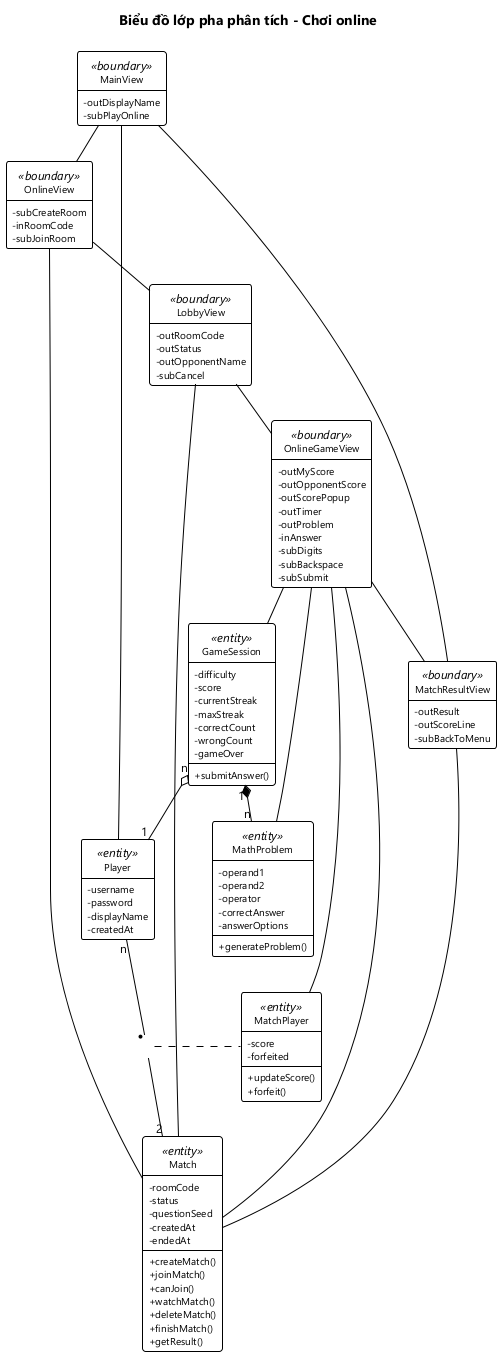
Above: docs/hung/lop-phan-tich-uc03.png in HungNguyenBa1811/math-dash (PlantUML), before the change.
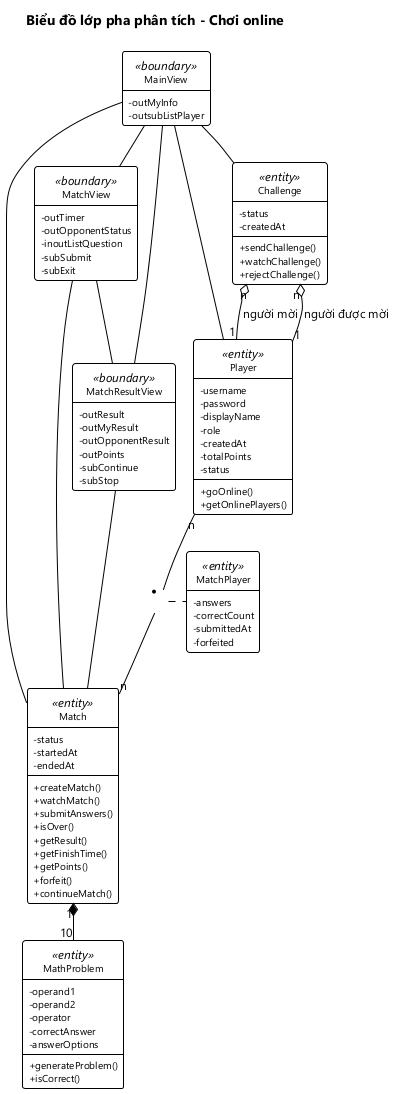
Later version of the same file.

Diff of the diagram source:
```diff
@@ -1,74 +1,64 @@
-@startuml lop-phan-tich-uc05
+@startuml lop-phan-tich-uc03
 !include _theme.iuml
 title Biểu đồ lớp pha phân tích - Chơi online
 
 class MainView <<boundary>> {
-  - outDisplayName
-  - subPlayOnline
+  - outMyInfo
+  - outsubListPlayer
 }
-class OnlineView <<boundary>> {
-  - subCreateRoom
-  - inRoomCode
-  - subJoinRoom
-}
-class LobbyView <<boundary>> {
-  - outRoomCode
-  - outStatus
-  - outOpponentName
-  - subCancel
-}
-class OnlineGameView <<boundary>> {
-  - outMyScore
-  - outOpponentScore
-  - outScorePopup
+class MatchView <<boundary>> {
   - outTimer
-  - outProblem
-  - inAnswer
-  - subDigits
-  - subBackspace
+  - outOpponentStatus
+  - inoutListQuestion
   - subSubmit
+  - subExit
 }
 class MatchResultView <<boundary>> {
   - outResult
-  - outScoreLine
-  - subBackToMenu
+  - outMyResult
+  - outOpponentResult
+  - outPoints
+  - subContinue
+  - subStop
 }
 
 class Player <<entity>> {
   - username
   - password
   - displayName
+  - role
   - createdAt
+  - totalPoints
+  - status
+  + goOnline()
+  + getOnlinePlayers()
+}
+class Challenge <<entity>> {
+  - status
+  - createdAt
+  + sendChallenge()
+  + watchChallenge()
+  + rejectChallenge()
 }
 class Match <<entity>> {
-  - roomCode
   - status
-  - questionSeed
-  - createdAt
+  - startedAt
   - endedAt
   + createMatch()
-  + joinMatch()
-  + canJoin()
   + watchMatch()
-  + deleteMatch()
-  + finishMatch()
+  + submitAnswers()
+  + isOver()
   + getResult()
+  + getFinishTime()
+  + getPoints()
+  + forfeit()
+  + continueMatch()
 }
 class MatchPlayer <<entity>> {
-  - score
+  - answers
+  - correctCount
+  - submittedAt
   - forfeited
-  + updateScore()
-  + forfeit()
-}
-class GameSession <<entity>> {
-  - difficulty
-  - score
-  - currentStreak
-  - maxStreak
-  - correctCount
-  - wrongCount
-  - gameOver
-  + submitAnswer()
 }
 class MathProblem <<entity>> {
   - operand1
@@ -77,25 +67,20 @@
   - correctAnswer
   - answerOptions
   + generateProblem()
+  + isCorrect()
 }
 
-MainView -- OnlineView
-OnlineView -- LobbyView
-LobbyView -- OnlineGameView
-OnlineGameView -- MatchResultView
+MainView -- MatchView
+MatchView -- MatchResultView
 MatchResultView -- MainView
-
-OnlineView -- Match
-LobbyView -- Match
-OnlineGameView -- Match
-OnlineGameView -- MatchPlayer
-OnlineGameView -- GameSession
-OnlineGameView -- MathProblem
+MainView -- Player
+MainView -- Challenge
+MainView -- Match
+MatchView -- Match
 MatchResultView -- Match
-MainView -- Player
-
-Player "n" -- "2" Match
+Challenge "n" o-- "1" Player : người mời
+Challenge "n" o-- "1" Player : người được mời
+Player "n" -- "n" Match
 (Player, Match) .. MatchPlayer
-GameSession "n" o-- "1" Player
-GameSession "1" *-- "n" MathProblem
+Match "1" *-- "10" MathProblem
 @enduml
```
